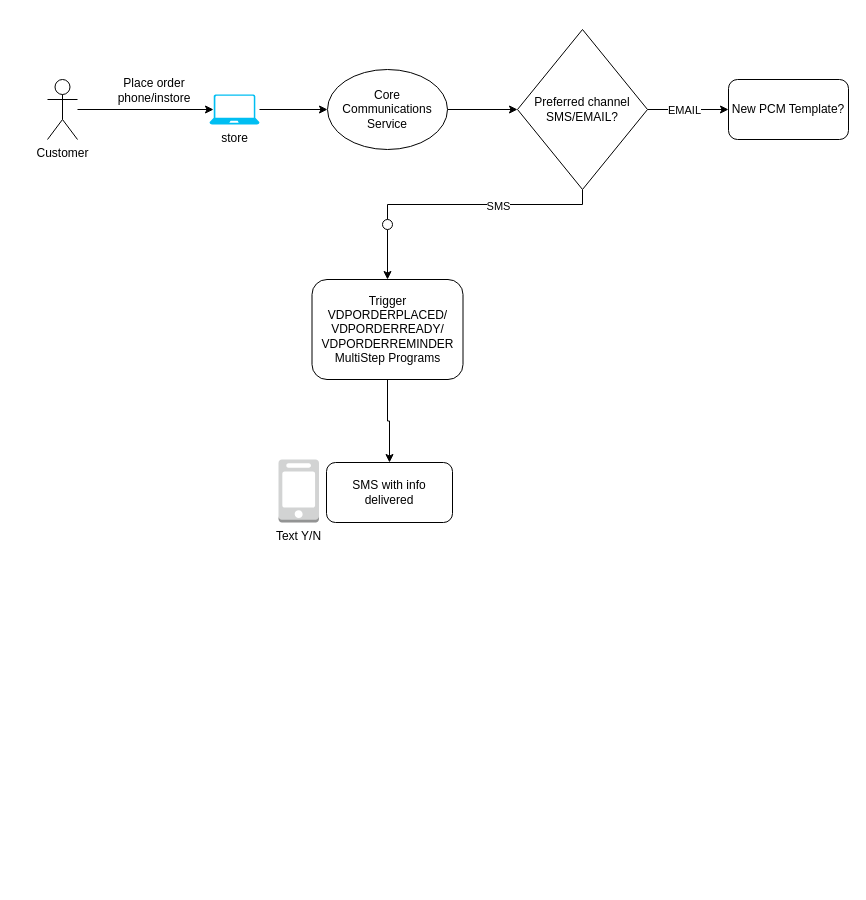
Before: drawings/VDP Orders 2.drawio in AarellanoH/draw_io, a draw.io diagram. Source tidied: cells renumbered, new cells numbered last; positions are measured from the earlier drawing's top-left corner, leaving out a move shared by most shapes. Both pictures are drawn from the tidied source at 100%, with x=0, y=0 at pixel (47, 29).
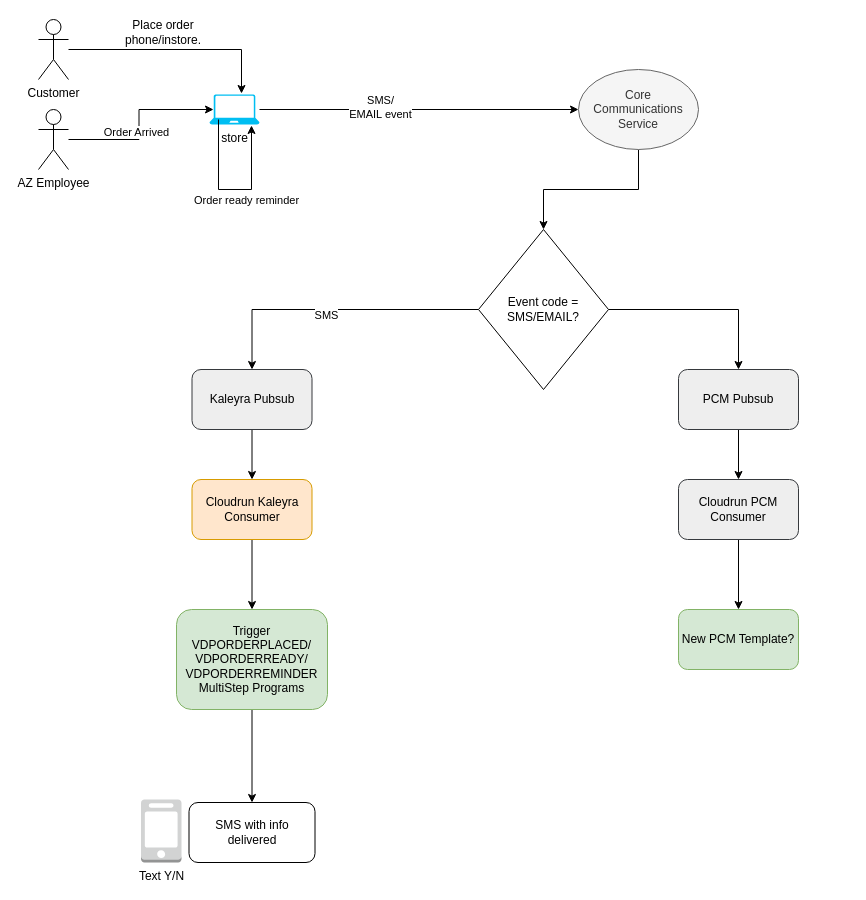
Above is the later version.

The change refers to these unchanged cells:
```xml
<mxCell id="4" value="store" style="verticalLabelPosition=bottom;html=1;verticalAlign=top;align=center;strokeColor=none;fillColor=#00BEF2;shape=mxgraph.azure.laptop;" parent="1" vertex="1">
  <mxGeometry x="162" y="65" width="50" height="30" as="geometry" />
</mxCell>
<mxCell id="21" value="SMS with info delivered" style="rounded=1;whiteSpace=wrap;html=1;" parent="19" vertex="1">
  <mxGeometry x="48" y="3" width="126" height="60" as="geometry" />
</mxCell>
```

What changed in the source:
```diff
@@
     <mxCell id="2" value="Customer" style="shape=umlActor;verticalLabelPosition=bottom;verticalAlign=top;html=1;outlineConnect=0;" parent="1" vertex="1">
-      <mxGeometry y="50" width="30" height="60" as="geometry" />
+      <mxGeometry x="-9" y="-10" width="30" height="60" as="geometry" />
     </mxCell>
-    <mxCell id="3" style="edgeStyle=orthogonalEdgeStyle;rounded=0;jettySize=auto;html=1;entryX=0;entryY=0.5;entryDx=0;entryDy=0;" parent="1" edge="1" source="4" target="8">
+    <mxCell id="3" style="edgeStyle=orthogonalEdgeStyle;rounded=0;jettySize=auto;html=1;" parent="1" edge="1" source="4" target="8">
       <mxGeometry relative="1" as="geometry" />
     </mxCell>
+    <mxCell id="22" value="SMS/&lt;br&gt;EMAIL event" style="edgeLabel;html=1;align=center;verticalAlign=middle;" parent="3" vertex="1">
+      <mxGeometry x="-0.25" y="3" relative="1" as="geometry" />
+    </mxCell>
@@
-    <mxCell id="5" style="edgeStyle=orthogonalEdgeStyle;rounded=0;jettySize=auto;html=1;entryX=0.08;entryY=0.5;entryDx=0;entryDy=0;entryPerimeter=0;" parent="1" edge="1" source="2" target="4">
-      <mxGeometry relative="1" as="geometry" />
-    </mxCell>
-    <mxCell id="6" value="Place order phone/instore" style="text;html=1;strokeColor=none;fillColor=none;align=center;verticalAlign=middle;whiteSpace=wrap;rounded=0;" parent="1" vertex="1">
-      <mxGeometry x="52" y="46" width="110" height="30" as="geometry" />
+    <mxCell id="6" value="Place order phone/instore.&lt;br&gt;" style="text;html=1;strokeColor=none;fillColor=none;align=center;verticalAlign=middle;whiteSpace=wrap;rounded=0;" parent="1" vertex="1">
+      <mxGeometry x="61" y="-12" width="110" height="30" as="geometry" />
     </mxCell>
-    <mxCell id="7" style="edgeStyle=orthogonalEdgeStyle;rounded=0;jettySize=auto;html=1;entryX=0;entryY=0.5;entryDx=0;entryDy=0;" parent="1" edge="1" source="8" target="13">
+    <mxCell id="7" style="edgeStyle=orthogonalEdgeStyle;rounded=0;jettySize=auto;html=1;" parent="1" edge="1" source="8" target="13">
       <mxGeometry relative="1" as="geometry" />
     </mxCell>
-    <mxCell id="8" value="Core Communications Service" style="ellipse;whiteSpace=wrap;html=1;" parent="1" vertex="1">
-      <mxGeometry x="280" y="40" width="120" height="80" as="geometry" />
+    <mxCell id="8" value="Core Communications Service" style="ellipse;whiteSpace=wrap;html=1;fillColor=#f5f5f5;fontColor=#333333;strokeColor=#666666;" parent="1" vertex="1">
+      <mxGeometry x="531" y="40" width="120" height="80" as="geometry" />
     </mxCell>
-    <mxCell id="9" style="edgeStyle=orthogonalEdgeStyle;rounded=0;jettySize=auto;html=1;entryX=0;entryY=0.5;entryDx=0;entryDy=0;" parent="1" edge="1" source="13" target="14">
-      <mxGeometry relative="1" as="geometry" />
-    </mxCell>
-    <mxCell id="10" value="EMAIL" style="edgeLabel;html=1;align=center;verticalAlign=middle;" parent="9" vertex="1">
-      <mxGeometry x="-0.1" relative="1" as="geometry" />
-    </mxCell>
-    <mxCell id="11" style="edgeStyle=elbowEdgeStyle;rounded=0;jettySize=auto;html=1;elbow=vertical;endArrow=none;endFill=0;entryX=0.5;entryY=0;entryDx=0;entryDy=0;" parent="1" edge="1" source="13" target="16">
-      <mxGeometry relative="1" as="geometry" />
-    </mxCell>
+    <mxCell id="23" style="edgeStyle=orthogonalEdgeStyle;rounded=0;jettySize=auto;html=1;entryX=0.5;entryY=0;entryDx=0;entryDy=0;" parent="1" edge="1" source="13" target="26">
+      <mxGeometry relative="1" as="geometry" />
+    </mxCell>
-    <mxCell id="12" value="SMS" style="edgeLabel;html=1;align=center;verticalAlign=middle;" parent="11" vertex="1">
-      <mxGeometry x="-0.11" y="1" relative="1" as="geometry" />
+    <mxCell id="12" value="SMS" style="edgeLabel;html=1;align=center;verticalAlign=middle;" parent="23" vertex="1">
+      <mxGeometry x="0.07" y="5" relative="1" as="geometry" />
     </mxCell>
+    <mxCell id="24" style="edgeStyle=orthogonalEdgeStyle;rounded=0;jettySize=auto;html=1;entryX=0.5;entryY=0;entryDx=0;entryDy=0;" parent="1" edge="1" source="13" target="30">
+      <mxGeometry relative="1" as="geometry" />
+    </mxCell>
-    <mxCell id="13" value="Preferred channel SMS/EMAIL?" style="rhombus;whiteSpace=wrap;html=1;" parent="1" vertex="1">
-      <mxGeometry x="470" width="130" height="160" as="geometry" />
+    <mxCell id="13" value="Event code = SMS/EMAIL?" style="rhombus;whiteSpace=wrap;html=1;" parent="1" vertex="1">
+      <mxGeometry x="431" y="200" width="130" height="160" as="geometry" />
     </mxCell>
-    <mxCell id="14" value="New PCM Template?" style="rounded=1;whiteSpace=wrap;html=1;" parent="1" vertex="1">
-      <mxGeometry x="681" y="50" width="120" height="60" as="geometry" />
+    <mxCell id="14" value="New PCM Template?" style="rounded=1;whiteSpace=wrap;html=1;fillColor=#d5e8d4;strokeColor=#82b366;" parent="1" vertex="1">
+      <mxGeometry x="631" y="580" width="120" height="60" as="geometry" />
     </mxCell>
-    <mxCell id="15" style="edgeStyle=orthogonalEdgeStyle;rounded=0;jettySize=auto;html=1;entryX=0.5;entryY=0;entryDx=0;entryDy=0;" parent="1" edge="1" source="16" target="18">
-      <mxGeometry relative="1" as="geometry" />
-    </mxCell>
-    <mxCell id="16" style="ellipse;whiteSpace=wrap;html=1;" parent="1" vertex="1">
-      <mxGeometry x="335" y="190" width="10" height="10" as="geometry" />
-    </mxCell>
-    <mxCell id="17" style="edgeStyle=orthogonalEdgeStyle;rounded=0;jettySize=auto;html=1;entryX=0.5;entryY=0;entryDx=0;entryDy=0;" parent="1" edge="1" source="18" target="21">
+    <mxCell id="17" style="edgeStyle=orthogonalEdgeStyle;rounded=0;jettySize=auto;html=1;" parent="1" edge="1" source="18" target="21">
       <mxGeometry relative="1" as="geometry" />
     </mxCell>
-    <mxCell id="18" value="Trigger VDPORDERPLACED/&lt;br&gt;VDPORDERREADY/&lt;br&gt;VDPORDERREMINDER&lt;br&gt;MultiStep Programs" style="rounded=1;whiteSpace=wrap;html=1;" parent="1" vertex="1">
-      <mxGeometry x="264.5" y="250" width="151" height="100" as="geometry" />
+    <mxCell id="18" value="Trigger VDPORDERPLACED/&lt;br&gt;VDPORDERREADY/&lt;br&gt;VDPORDERREMINDER&lt;br&gt;MultiStep Programs" style="rounded=1;whiteSpace=wrap;html=1;fillColor=#d5e8d4;strokeColor=#82b366;" parent="1" vertex="1">
+      <mxGeometry x="129" y="580" width="151" height="100" as="geometry" />
     </mxCell>
     <mxCell id="19" style="group;" parent="1" vertex="1">
-      <mxGeometry x="231" y="430" width="174" height="63" as="geometry" />
+      <mxGeometry x="93.5" y="770" width="174" height="63" as="geometry" />
     </mxCell>
@@
+    <mxCell id="25" style="edgeStyle=orthogonalEdgeStyle;rounded=0;jettySize=auto;html=1;entryX=0.5;entryY=0;entryDx=0;entryDy=0;" parent="1" edge="1" source="26" target="28">
+      <mxGeometry relative="1" as="geometry" />
+    </mxCell>
+    <mxCell id="26" value="Kaleyra Pubsub" style="rounded=1;whiteSpace=wrap;html=1;fillColor=#eeeeee;strokeColor=#36393d;" parent="1" vertex="1">
+      <mxGeometry x="144.5" y="340" width="120" height="60" as="geometry" />
+    </mxCell>
+    <mxCell id="27" style="edgeStyle=orthogonalEdgeStyle;rounded=0;jettySize=auto;html=1;" parent="1" edge="1" source="28" target="18">
+      <mxGeometry relative="1" as="geometry" />
+    </mxCell>
+    <mxCell id="28" value="Cloudrun Kaleyra Consumer" style="rounded=1;whiteSpace=wrap;html=1;fillColor=#ffe6cc;strokeColor=#d79b00;" parent="1" vertex="1">
+      <mxGeometry x="144.5" y="450" width="120" height="60" as="geometry" />
+    </mxCell>
+    <mxCell id="29" style="edgeStyle=orthogonalEdgeStyle;rounded=0;jettySize=auto;html=1;" parent="1" edge="1" source="30" target="32">
+      <mxGeometry relative="1" as="geometry" />
+    </mxCell>
+    <mxCell id="30" value="PCM Pubsub" style="rounded=1;whiteSpace=wrap;html=1;fillColor=#eeeeee;strokeColor=#36393d;" parent="1" vertex="1">
+      <mxGeometry x="631" y="340" width="120" height="60" as="geometry" />
+    </mxCell>
+    <mxCell id="31" style="edgeStyle=orthogonalEdgeStyle;rounded=0;jettySize=auto;html=1;" parent="1" edge="1" source="32" target="14">
+      <mxGeometry relative="1" as="geometry" />
+    </mxCell>
+    <mxCell id="32" value="Cloudrun PCM Consumer" style="rounded=1;whiteSpace=wrap;html=1;fillColor=#eeeeee;strokeColor=#36393d;" parent="1" vertex="1">
+      <mxGeometry x="631" y="450" width="120" height="60" as="geometry" />
+    </mxCell>
+    <mxCell id="5" style="edgeStyle=orthogonalEdgeStyle;rounded=0;jettySize=auto;html=1;entryX=0.64;entryY=-0.033;entryDx=0;entryDy=0;entryPerimeter=0;" parent="1" edge="1" source="2" target="4">
+      <mxGeometry relative="1" as="geometry" />
+    </mxCell>
+    <mxCell id="33" value="AZ Employee" style="shape=umlActor;verticalLabelPosition=bottom;verticalAlign=top;html=1;outlineConnect=0;" parent="1" vertex="1">
+      <mxGeometry x="-9" y="80" width="30" height="60" as="geometry" />
+    </mxCell>
+    <mxCell id="34" style="edgeStyle=orthogonalEdgeStyle;rounded=0;jettySize=auto;html=1;entryX=0.08;entryY=0.5;entryDx=0;entryDy=0;entryPerimeter=0;" parent="1" edge="1" source="33" target="4">
+      <mxGeometry relative="1" as="geometry" />
+    </mxCell>
+    <mxCell id="35" value="Order Arrived" style="edgeLabel;html=1;align=center;verticalAlign=middle;" parent="34" vertex="1">
+      <mxGeometry x="-0.45" y="-2" relative="1" as="geometry">
+        <mxPoint x="19" y="-10" as="offset" />
+      </mxGeometry>
+    </mxCell>
+    <mxCell id="36" style="endArrow=classic;html=1;rounded=0;entryX=0.84;entryY=1.033;entryDx=0;entryDy=0;entryPerimeter=0;exitX=0.18;exitY=0.833;exitDx=0;exitDy=0;exitPerimeter=0;" parent="1" edge="1" source="4" target="4">
+      <mxGeometry relative="1" as="geometry">
+        <Array as="points">
+          <mxPoint x="171" y="160" />
+          <mxPoint x="204" y="160" />
+        </Array>
+      </mxGeometry>
+    </mxCell>
+    <mxCell id="37" value="Order ready reminder" style="edgeLabel;html=1;align=center;verticalAlign=middle;" parent="36" vertex="1">
+      <mxGeometry x="-0.04" relative="1" as="geometry">
+        <mxPoint x="18" y="10" as="offset" />
+      </mxGeometry>
+    </mxCell>
```
